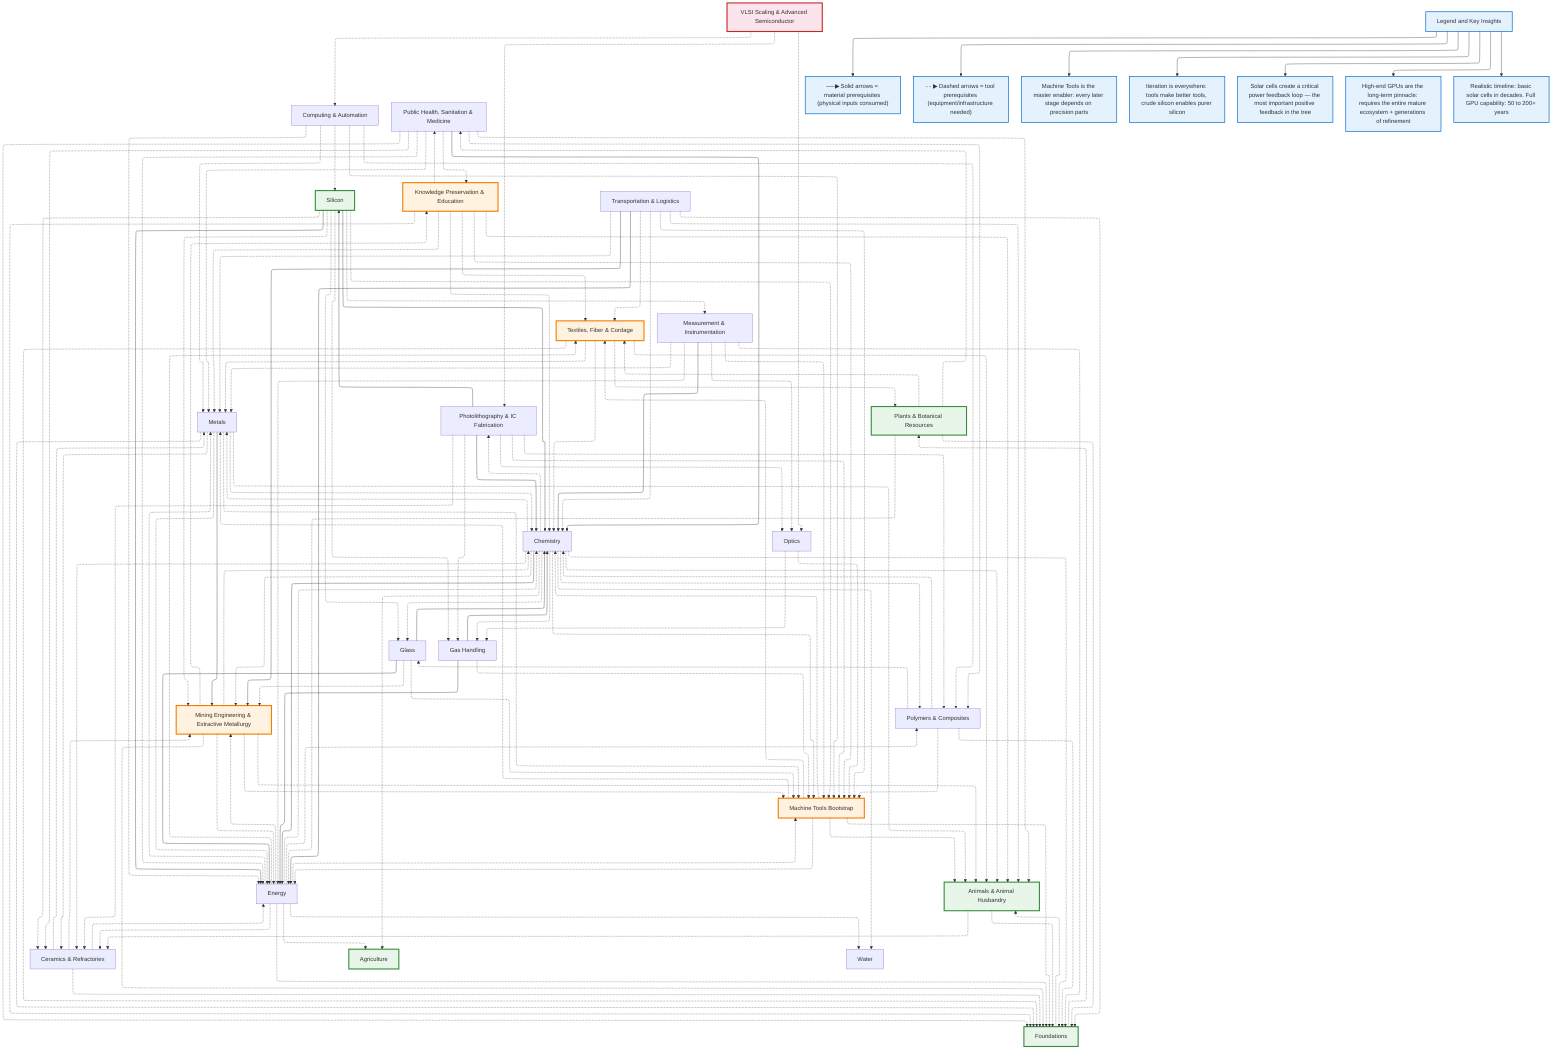
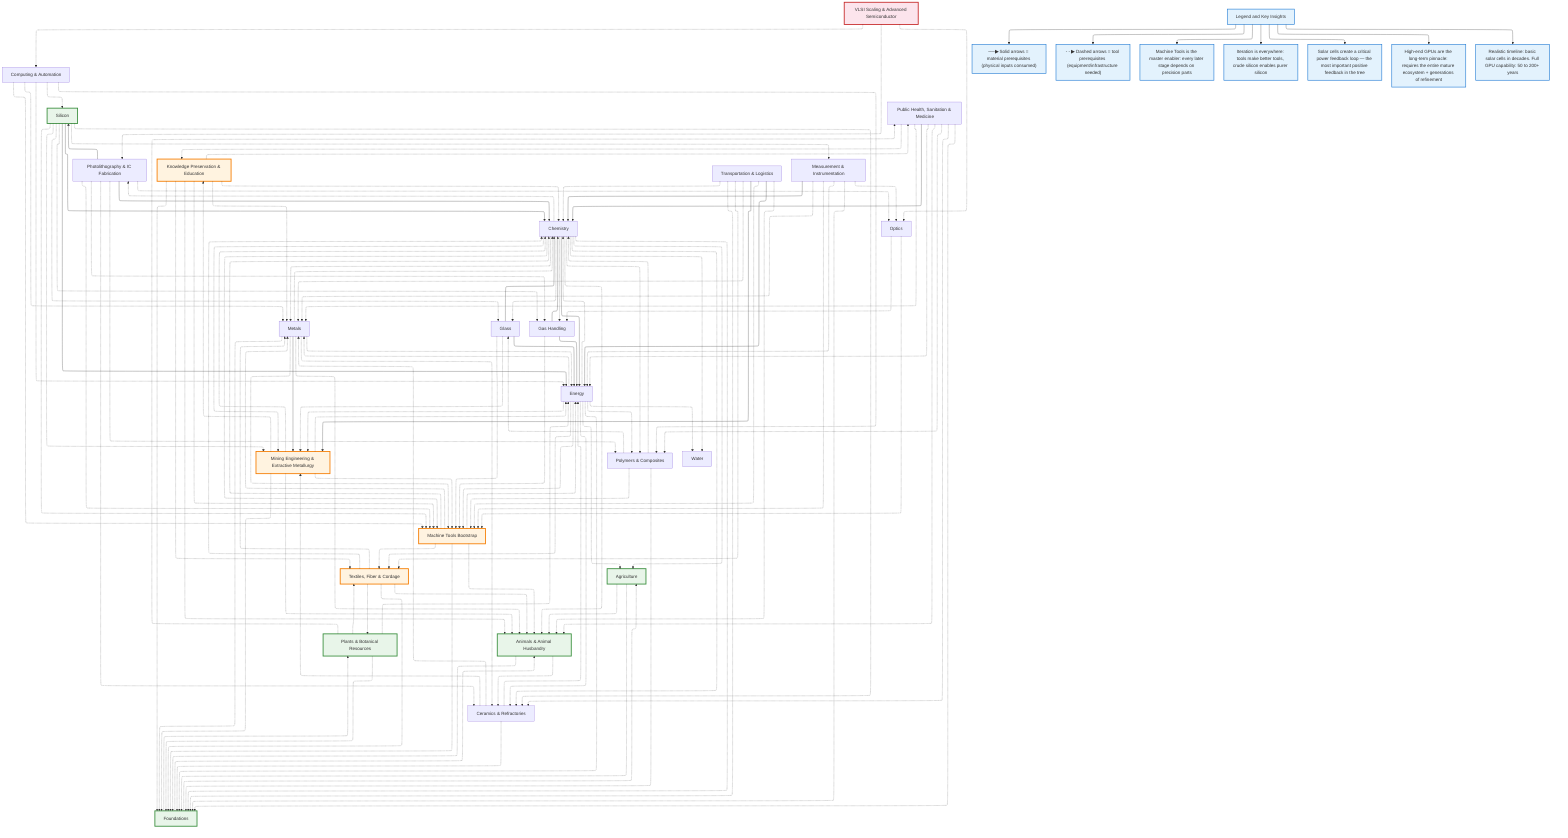
%%{init: {"flowchart": {"defaultRenderer": "elk", "htmlLabels": true}}}%%
graph TD
    %% ==================== DOMAIN NODES ====================
    foundations["Foundations"]
    metals["Metals"]
    machine-tools["Machine Tools Bootstrap"]
    energy["Energy"]
    chemistry["Chemistry"]
    silicon["Silicon"]
    photolithography["Photolithography & IC Fabrication"]
    vlsi-scaling["VLSI Scaling & Advanced Semiconductor"]
    knowledge["Knowledge Preservation & Education"]
    transport["Transportation & Logistics"]
    computing["Computing & Automation"]
    health["Public Health, Sanitation & Medicine"]
    textiles["Textiles, Fiber & Cordage"]
    mining["Mining Engineering & Extractive Metallurgy"]
    ceramics["Ceramics & Refractories"]
    polymers["Polymers & Composites"]
    glass["Glass"]
    optics["Optics"]
    gas-handling["Gas Handling"]
    measurement["Measurement & Instrumentation"]
    plants["Plants & Botanical Resources"]
    agriculture["Agriculture"]
    animals["Animals & Animal Husbandry"]
    water["Water"]

    %% ==================== DOMAIN-LEVEL EDGES ====================
    metals -.-> foundations
    metals --> mining
    machine-tools -.-> metals
    machine-tools -.-> textiles
    energy -.-> metals
    chemistry -.-> metals
    chemistry --> energy
    glass -.-> machine-tools
    optics -.-> machine-tools
    gas-handling -.-> machine-tools
    measurement -.-> machine-tools
    glass --> energy
    gas-handling --> energy
    glass --> chemistry
    gas-handling --> chemistry
    measurement --> chemistry
    silicon -.-> machine-tools
    silicon --> energy
    silicon --> chemistry
    silicon -.-> glass
    silicon -.-> gas-handling
    photolithography -.-> machine-tools
    photolithography --> chemistry
    photolithography -.-> gas-handling
    photolithography -.-> optics
    photolithography --> silicon
    vlsi-scaling -.-> photolithography
    knowledge -.-> foundations
    health -.-> foundations
    health --> chemistry
    ceramics -.-> foundations
    ceramics -.-> metals
    textiles -.-> foundations
    mining -.-> foundations
    transport -.-> metals
    transport --> energy
    transport --> mining
    transport -.-> machine-tools
    computing -.-> machine-tools
    polymers -.-> foundations
    animals -.-> foundations

    %% ==================== CROSS-DOMAIN EDGES ====================
+     agriculture -.-> animals
+     agriculture -.-> foundations
    animals -.-> ceramics
    ceramics -.-> energy
    ceramics -.-> mining
    chemistry -.-> agriculture
    chemistry -.-> animals
    chemistry -.-> ceramics
    chemistry -.-> foundations
    chemistry -.-> gas-handling
    chemistry -.-> glass
    chemistry -.-> machine-tools
    chemistry -.-> mining
    chemistry -.-> photolithography
    chemistry -.-> polymers
    chemistry -.-> water
    computing -.-> energy
    computing -.-> metals
    computing -.-> polymers
    computing -.-> silicon
    energy -.-> agriculture
    energy -.-> ceramics
    energy -.-> chemistry
    energy -.-> foundations
    energy -.-> machine-tools
    energy -.-> mining
    energy -.-> polymers
    energy -.-> textiles
    energy -.-> water
+     foundations -.-> agriculture
    foundations -.-> animals
    foundations -.-> plants
    glass -.-> mining
    health -.-> animals
    health -.-> ceramics
    health -.-> energy
    health -.-> knowledge
    health -.-> metals
    health -.-> polymers
    knowledge -.-> animals
    knowledge -.-> chemistry
    knowledge -.-> health
    knowledge -.-> machine-tools
    knowledge -.-> metals
    knowledge -.-> textiles
    machine-tools -.-> animals
    machine-tools -.-> chemistry
    machine-tools -.-> energy
    machine-tools -.-> foundations
    measurement -.-> energy
    measurement -.-> foundations
    measurement -.-> metals
    measurement -.-> optics
    metals -.-> animals
    metals -.-> ceramics
    metals -.-> chemistry
    metals -.-> energy
    metals -.-> machine-tools
    mining -.-> animals
    mining -.-> chemistry
    mining -.-> energy
    mining -.-> knowledge
    mining -.-> machine-tools
    optics -.-> gas-handling
    photolithography -.-> ceramics
    photolithography -.-> polymers
    plants -.-> energy
    plants -.-> foundations
    plants -.-> health
    plants -.-> textiles
    polymers -.-> chemistry
    polymers -.-> glass
    polymers -.-> machine-tools
    silicon -.-> ceramics
    silicon -.-> measurement
    silicon -.-> mining
    textiles -.-> animals
    textiles -.-> chemistry
    textiles -.-> metals
    textiles -.-> plants
    transport -.-> animals
    transport -.-> chemistry
    transport -.-> foundations
    transport -.-> textiles
    vlsi-scaling -.-> computing
    vlsi-scaling -.-> optics

    %% ==================== STYLING ====================
    classDef domain fill:#e3f2fd,stroke:#1976d2,stroke-width:2px
    classDef critical fill:#fff3e0,stroke:#f57c00,stroke-width:3px
    classDef earlyWin fill:#e8f5e9,stroke:#388e3c,stroke-width:3px
    classDef pinnacle fill:#fce4ec,stroke:#c62828,stroke-width:3px
    class foundations earlyWin
    class machine-tools critical
    class silicon earlyWin
    class vlsi-scaling pinnacle
    class knowledge critical
    class textiles critical
    class mining critical
    class plants earlyWin
    class agriculture earlyWin
    class animals earlyWin

    %% ==================== LEGEND ====================
    Legend["Legend and Key Insights"]
    Legend --> Note0["──▶ Solid arrows = material prerequisites (physical inputs consumed)"]
    Legend --> Note0b["- - ▶ Dashed arrows = tool prerequisites (equipment/infrastructure needed)"]
    Legend --> Note1["Machine Tools is the master enabler: every later stage depends on precision parts"]
    Legend --> Note2["Iteration is everywhere: tools make better tools, crude silicon enables purer silicon"]
    Legend --> Note3["Solar cells create a critical power feedback loop — the most important positive feedback in the tree"]
    Legend --> Note4["High-end GPUs are the long-term pinnacle: requires the entire mature ecosystem + generations of refinement"]
    Legend --> Note5["Realistic timeline: basic solar cells in decades. Full GPU capability: 50 to 200+ years"]
    class Legend,Note0,Note0b,Note1,Note2,Note3,Note4,Note5 domain
